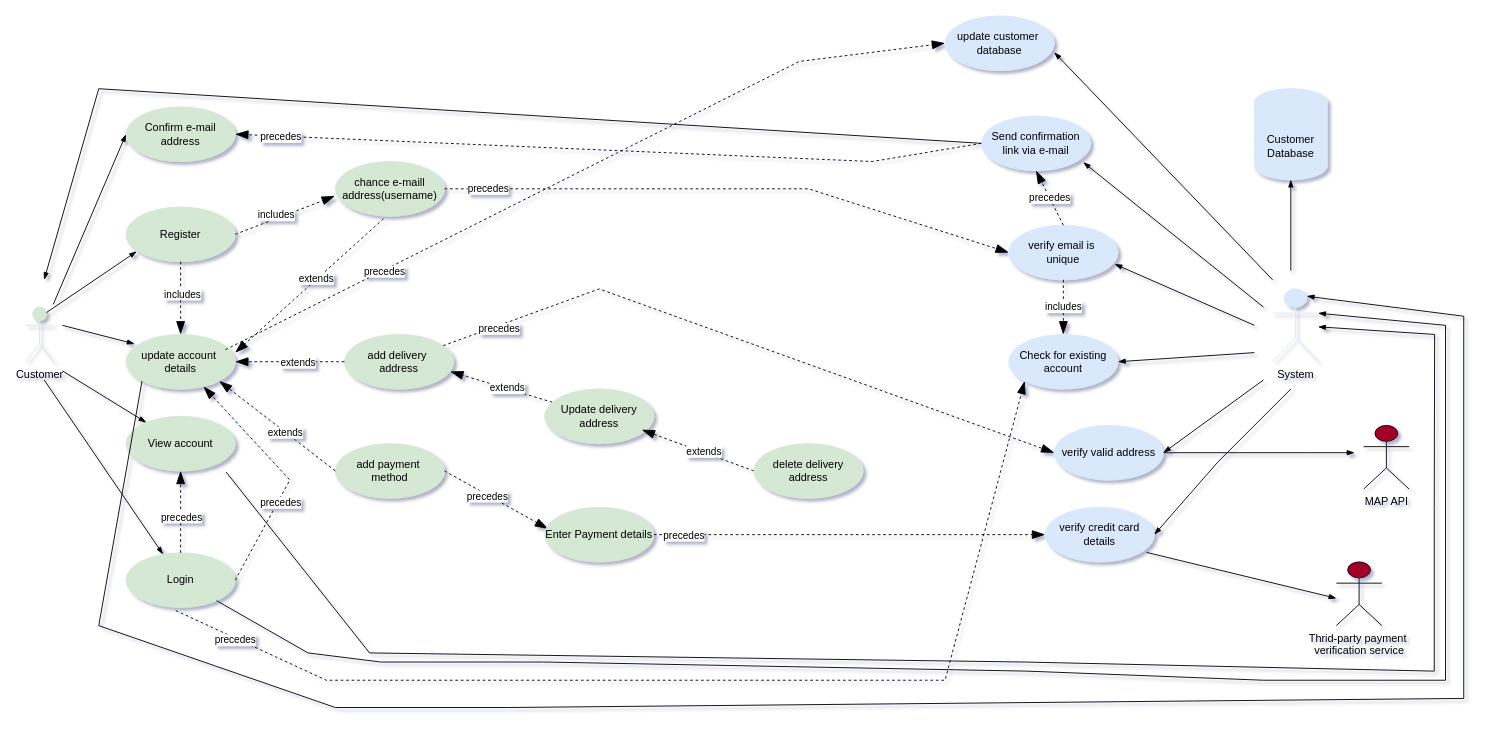
The draw.io diagram Ödev-1/Ödev-1.drawio in mertegesngr/Veri-Organizasyonu-, before the edit. Source tidied: cells renumbered, new cells numbered last; positions are measured from the earlier drawing's top-left corner, leaving out a move shared by most shapes. Both pictures are drawn from the tidied source at 91%, with x=0, y=0 at pixel (25, 15).
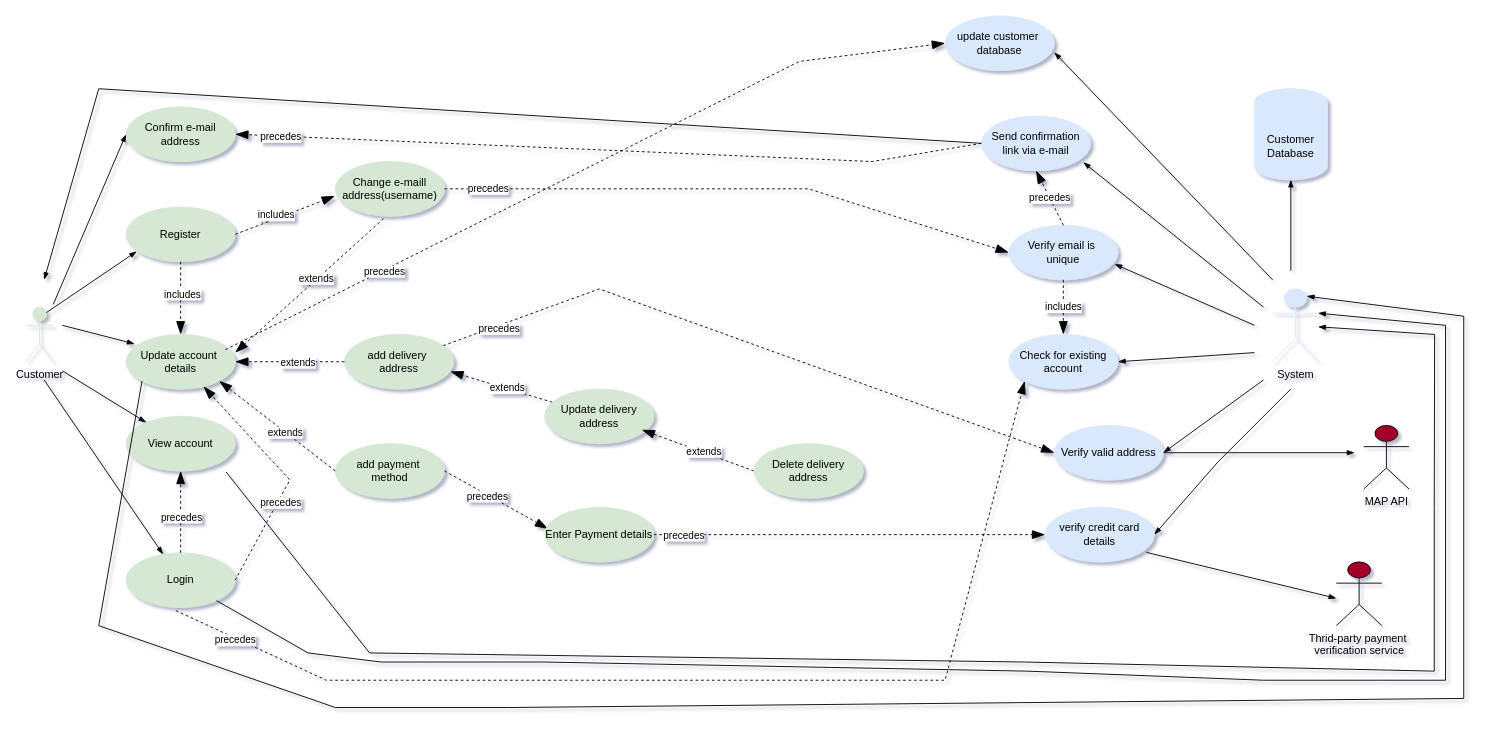
After the change.

Diff of the diagram source:
```diff
@@
-    <mxCell id="4" value="&lt;font style=&quot;color: light-dark(rgb(0, 0, 0), rgb(0, 0, 0));&quot;&gt;update account&amp;nbsp;&lt;/font&gt;&lt;div&gt;&lt;font style=&quot;color: light-dark(rgb(0, 0, 0), rgb(0, 0, 0));&quot;&gt;details&lt;/font&gt;&lt;/div&gt;" style="ellipse;whiteSpace=wrap;html=1;fillColor=light-dark(#D5E8D4,#D5E8D4);strokeColor=light-dark(#D5E8D4,#D5E8D4);" parent="1" vertex="1">
+    <mxCell id="4" value="&lt;font style=&quot;color: light-dark(rgb(0, 0, 0), rgb(0, 0, 0));&quot;&gt;Update account&amp;nbsp;&lt;/font&gt;&lt;div&gt;&lt;font style=&quot;color: light-dark(rgb(0, 0, 0), rgb(0, 0, 0));&quot;&gt;details&lt;/font&gt;&lt;/div&gt;" style="ellipse;whiteSpace=wrap;html=1;fillColor=light-dark(#D5E8D4,#D5E8D4);strokeColor=light-dark(#D5E8D4,#D5E8D4);" parent="1" vertex="1">
       <mxGeometry x="110" y="350" width="120" height="60" as="geometry" />
     </mxCell>
@@
-    <mxCell id="16" value="&lt;font style=&quot;color: light-dark(rgb(0, 0, 0), rgb(0, 0, 0));&quot;&gt;chance e-maill&lt;/font&gt;&lt;div&gt;&lt;font style=&quot;color: light-dark(rgb(0, 0, 0), rgb(0, 0, 0));&quot;&gt;address(username)&lt;/font&gt;&lt;/div&gt;" style="ellipse;whiteSpace=wrap;html=1;fillColor=light-dark(#D5E8D4,#D5E8D4);strokeColor=light-dark(#D5E8D4,#D5E8D4);" parent="1" vertex="1">
+    <mxCell id="16" value="&lt;font style=&quot;color: light-dark(rgb(0, 0, 0), rgb(0, 0, 0));&quot;&gt;Change e-maill&lt;/font&gt;&lt;div&gt;&lt;font style=&quot;color: light-dark(rgb(0, 0, 0), rgb(0, 0, 0));&quot;&gt;address(username)&lt;/font&gt;&lt;/div&gt;" style="ellipse;whiteSpace=wrap;html=1;fillColor=light-dark(#D5E8D4,#D5E8D4);strokeColor=light-dark(#D5E8D4,#D5E8D4);" parent="1" vertex="1">
       <mxGeometry x="340" y="160" width="120" height="60" as="geometry" />
     </mxCell>
@@
-    <mxCell id="32" value="&lt;font style=&quot;color: light-dark(rgb(0, 0, 0), rgb(0, 0, 0));&quot;&gt;delete delivery&lt;/font&gt;&lt;div&gt;&lt;font style=&quot;color: light-dark(rgb(0, 0, 0), rgb(0, 0, 0));&quot;&gt;address&lt;/font&gt;&lt;/div&gt;" style="ellipse;whiteSpace=wrap;html=1;fillColor=light-dark(#D5E8D4,#D5E8D4);strokeColor=light-dark(#D5E8D4,#D5E8D4);" parent="1" vertex="1">
+    <mxCell id="32" value="&lt;font style=&quot;color: light-dark(rgb(0, 0, 0), rgb(0, 0, 0));&quot;&gt;Delete delivery&lt;/font&gt;&lt;div&gt;&lt;font style=&quot;color: light-dark(rgb(0, 0, 0), rgb(0, 0, 0));&quot;&gt;address&lt;/font&gt;&lt;/div&gt;" style="ellipse;whiteSpace=wrap;html=1;fillColor=light-dark(#D5E8D4,#D5E8D4);strokeColor=light-dark(#D5E8D4,#D5E8D4);" parent="1" vertex="1">
       <mxGeometry x="800" y="470" width="120" height="60" as="geometry" />
     </mxCell>
@@
-    <mxCell id="45" value="&lt;font style=&quot;color: light-dark(rgb(0, 0, 0), rgb(0, 0, 0));&quot;&gt;verify email is&amp;nbsp;&lt;/font&gt;&lt;div&gt;&lt;font style=&quot;color: light-dark(rgb(0, 0, 0), rgb(0, 0, 0));&quot;&gt;unique&lt;/font&gt;&lt;/div&gt;" style="ellipse;whiteSpace=wrap;html=1;fillColor=light-dark(#DAE8FC,#DAE8FC);strokeColor=light-dark(#DAE8FC,#DAE8FC);" parent="1" vertex="1">
+    <mxCell id="45" value="&lt;font style=&quot;color: light-dark(rgb(0, 0, 0), rgb(0, 0, 0));&quot;&gt;Verify email is&amp;nbsp;&lt;/font&gt;&lt;div&gt;&lt;font style=&quot;color: light-dark(rgb(0, 0, 0), rgb(0, 0, 0));&quot;&gt;unique&lt;/font&gt;&lt;/div&gt;" style="ellipse;whiteSpace=wrap;html=1;fillColor=light-dark(#DAE8FC,#DAE8FC);strokeColor=light-dark(#DAE8FC,#DAE8FC);" parent="1" vertex="1">
       <mxGeometry x="1080" y="230" width="120" height="60" as="geometry" />
     </mxCell>
@@
-    <mxCell id="53" value="&lt;font style=&quot;color: light-dark(rgb(0, 0, 0), rgb(0, 0, 0));&quot;&gt;verify valid address&lt;/font&gt;" style="ellipse;whiteSpace=wrap;html=1;fillColor=light-dark(#DAE8FC,#DAE8FC);strokeColor=light-dark(#DAE8FC,#DAE8FC);" parent="1" vertex="1">
+    <mxCell id="53" value="&lt;font style=&quot;color: light-dark(rgb(0, 0, 0), rgb(0, 0, 0));&quot;&gt;Verify valid address&lt;/font&gt;" style="ellipse;whiteSpace=wrap;html=1;fillColor=light-dark(#DAE8FC,#DAE8FC);strokeColor=light-dark(#DAE8FC,#DAE8FC);" parent="1" vertex="1">
       <mxGeometry x="1130" y="450" width="120" height="60" as="geometry" />
     </mxCell>
```
